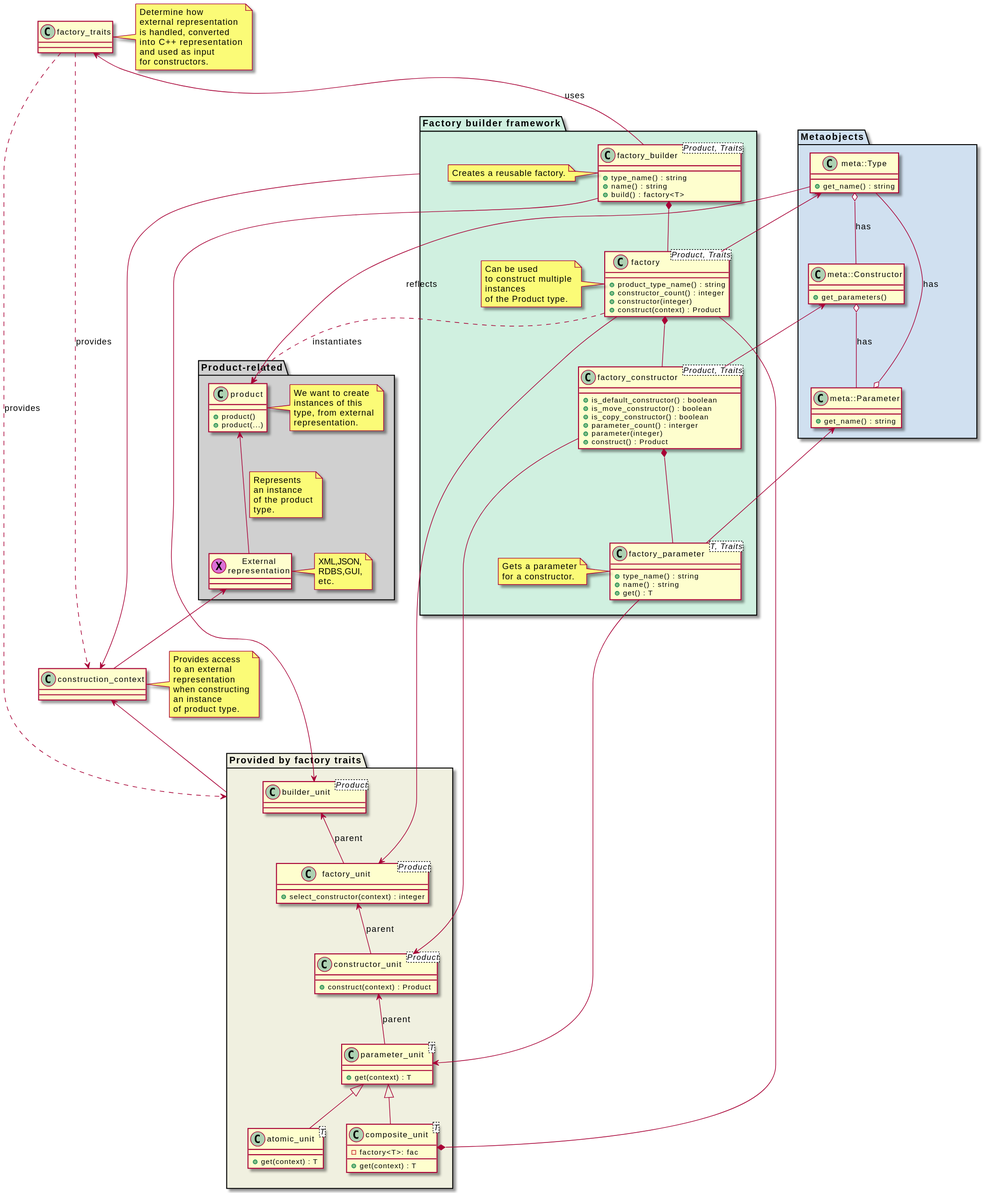
Earlier version of the PlantUML export doc/diagram/factory_generator.svg (matus-chochlik/mirror).
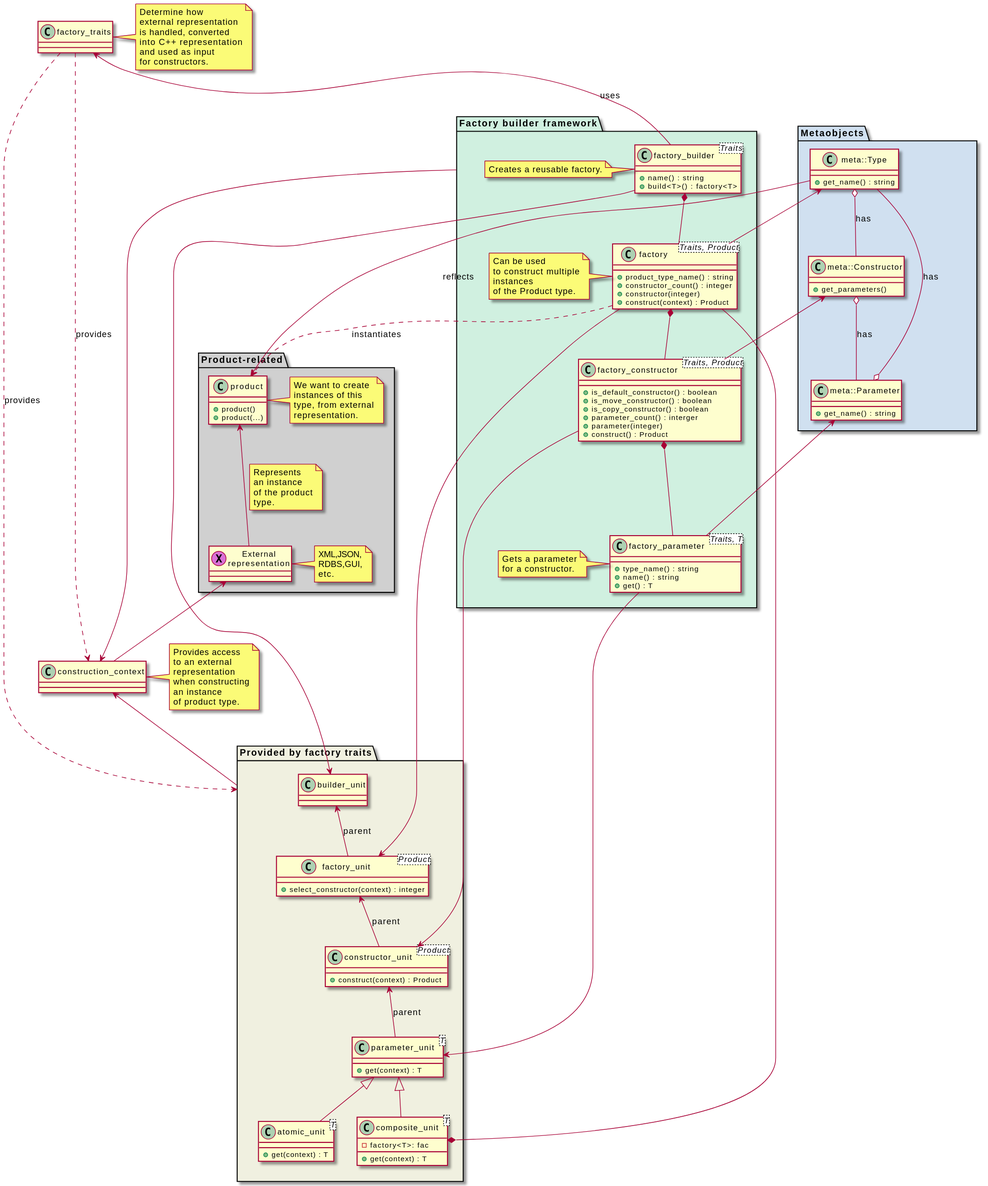
Later version of the same file.

Commit message:
Small changes in the factory builder framework + updated the factory diagram

The edit, as a diff of the source:
```diff
@@ -29,20 +29,19 @@
 }
 
 package "Factory builder framework" as framework #D0F0E0 {
-	class factory_builder<Product, Traits> {
-		+type_name() : string
+	class factory_builder<Traits> {
 		+name() : string
-		+build() : factory<T>
+		+build<T>() : factory<T>
 	}
 
-	class factory<Product, Traits> {
+	class factory<Traits, Product> {
 		+product_type_name() : string
 		+constructor_count() : integer
 		+constructor(integer)
 		+construct(context) : Product
 	}
 
-	class factory_constructor<Product, Traits> {
+	class factory_constructor<Traits, Product> {
 		+is_default_constructor() : boolean
 		+is_move_constructor() : boolean
 		+is_copy_constructor() : boolean
@@ -51,7 +50,7 @@
 		+construct() : Product
 	}
 
-	class factory_parameter<T, Traits> {
+	class factory_parameter<Traits, T> {
 		+type_name() : string
 		+name() : string
 		+get() : T
@@ -70,7 +69,7 @@
 note right of factory_traits : Determine how\nexternal representation\nis handled, converted\ninto C++ representation\nand used as input\nfor constructors.
 
 package "Provided by factory traits" as units #F0F0E0 {
-	class builder_unit<Product> {
+	class builder_unit {
 	}
 
 	class factory_unit<Product> {
```
